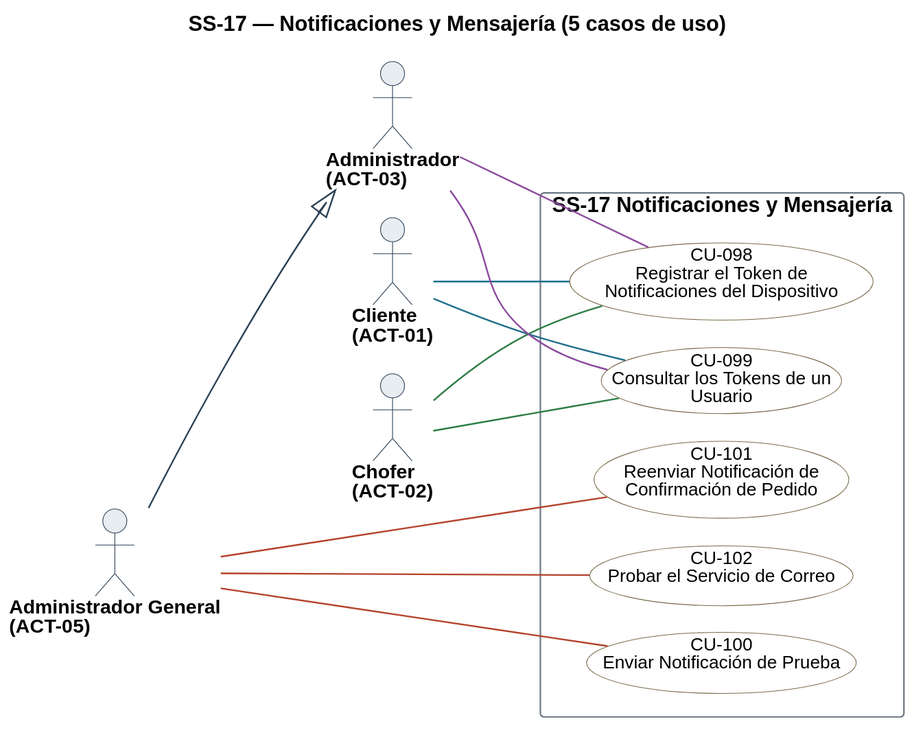
Before: diagramas/uml/CU_SS-17_Notificaciones-Y-Mensajeria.svg, a diagram exported from PlantUML (Nahuelito-Dev/splg-docs).
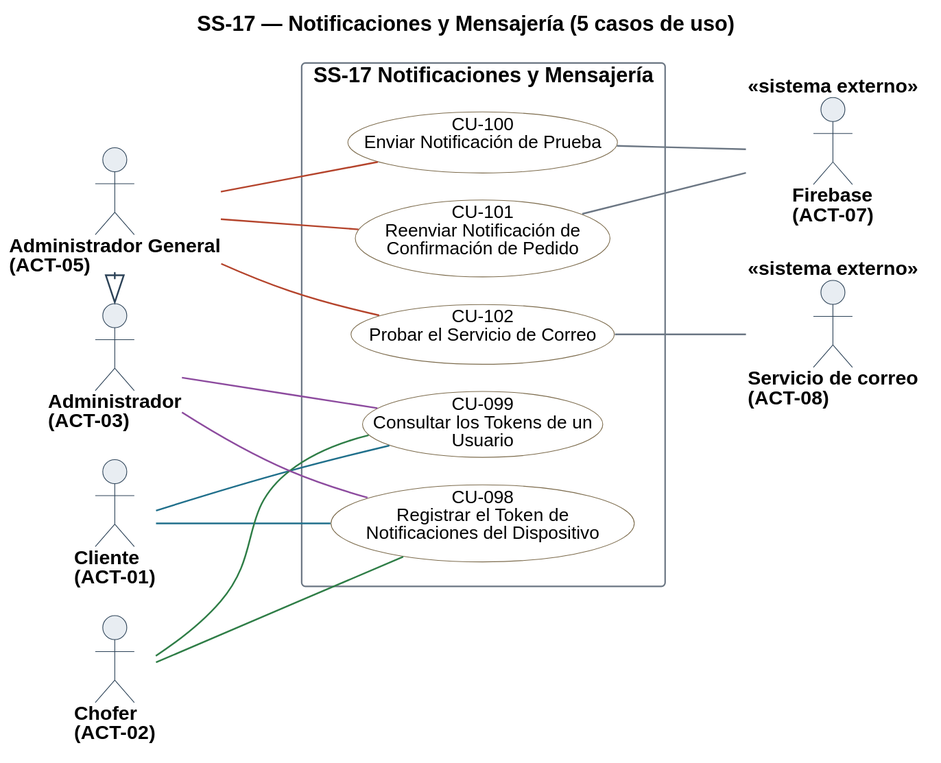
Later version of the same file.

Diff of the diagram source:
```diff
@@ -38,6 +38,8 @@
 actor "Chofer\n(ACT-02)" as A02
 actor "Administrador\n(ACT-03)" as A03
 actor "Administrador General\n(ACT-05)" as A05
+actor "Firebase\n(ACT-07)" as A07 <<sistema externo>>
+actor "Servicio de correo\n(ACT-08)" as A08 <<sistema externo>>
 
 rectangle "SS-17 Notificaciones y Mensajería" {
   usecase "CU-098\nRegistrar el Token de\nNotificaciones del Dispositivo" as U098 #back:FFFFFF;line:7C6B4C
@@ -56,5 +58,8 @@
 A05 -[#B4432B]- U100
 A05 -[#B4432B]- U101
 A05 -[#B4432B]- U102
-A05 --|> A03
+U100 -[#6B7683]- A07
+U101 -[#6B7683]- A07
+U102 -[#6B7683]- A08
+A05 -right-|> A03
 @enduml
```
